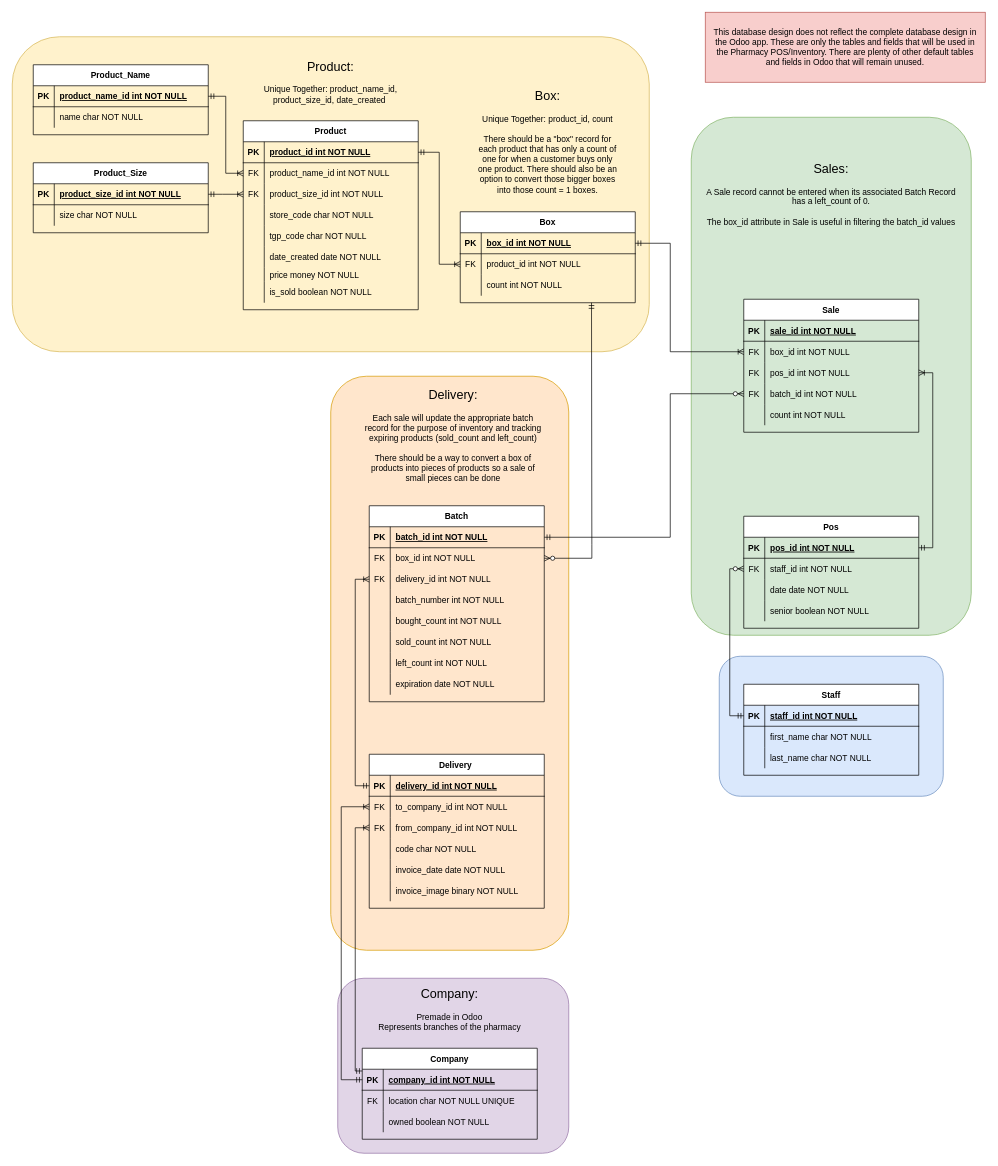
thisLexic/pharma-pos keeps this draw.io diagram as db-design.drawio. Above is the earlier version. Source tidied: cells renumbered, new cells numbered last; positions are measured from the earlier drawing's top-left corner, leaving out a move shared by most shapes. Both pictures are drawn from the tidied source at 70%, with x=0, y=0 at pixel (12, 12).
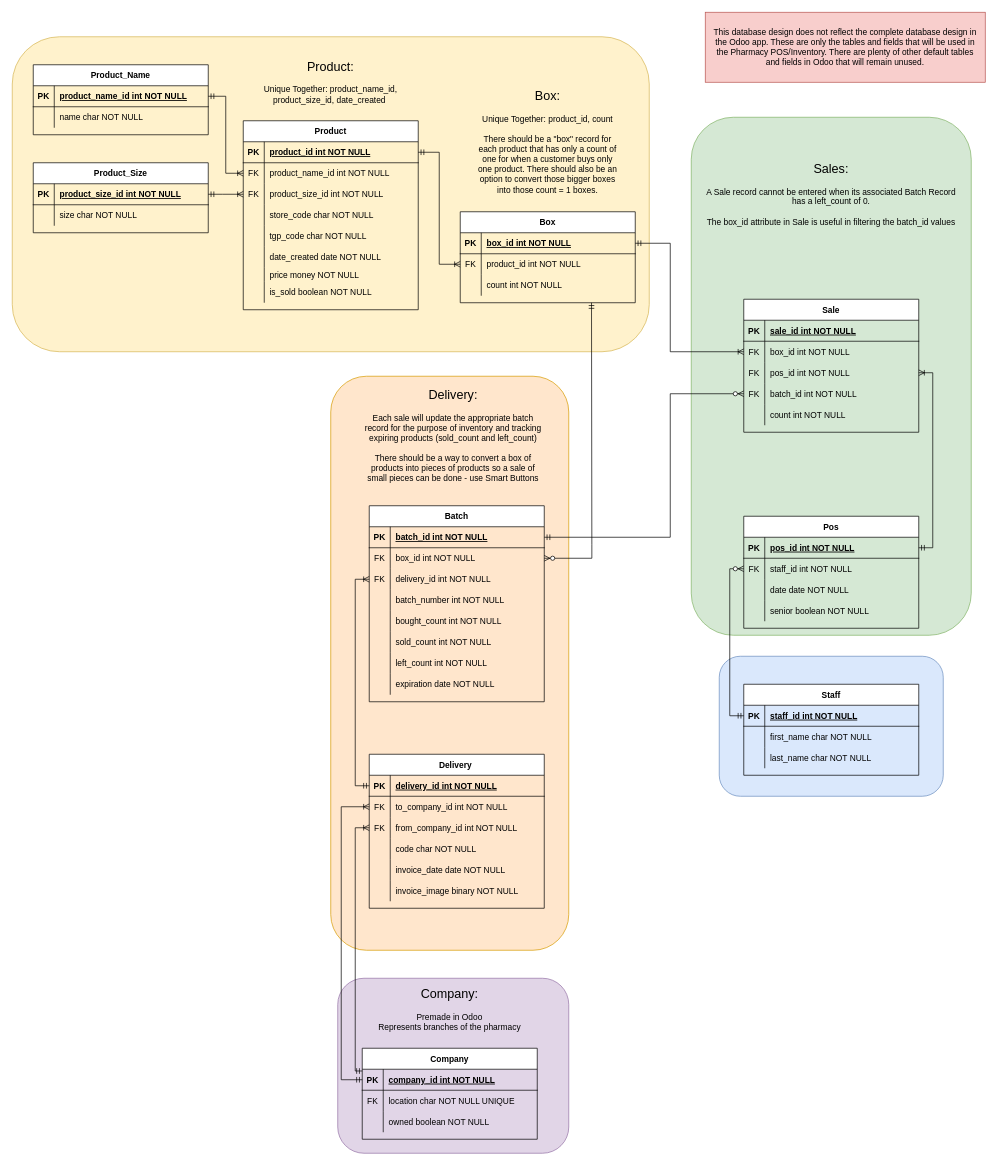
Above is the later version.

What changed in the source:
```diff
@@
-    <mxCell id="142" value="&lt;font style=&quot;font-size: 18px&quot;&gt;Delivery:&lt;/font&gt;&lt;br&gt;&lt;br&gt;Each sale will update the appropriate batch record for the purpose of inventory and tracking expiring products (sold_count and left_count)&lt;br&gt;&lt;br&gt;There should be a way to convert a box of products into pieces of products so a sale of small pieces can be done" style="text;html=1;strokeColor=none;fillColor=none;align=center;verticalAlign=middle;whiteSpace=wrap;rounded=0;" parent="1" vertex="1">
+    <mxCell id="142" value="&lt;font style=&quot;font-size: 18px&quot;&gt;Delivery:&lt;/font&gt;&lt;br&gt;&lt;br&gt;Each sale will update the appropriate batch record for the purpose of inventory and tracking expiring products (sold_count and left_count)&lt;br&gt;&lt;br&gt;There should be a way to convert a box of products into pieces of products so a sale of small pieces can be done - use Smart Buttons" style="text;html=1;strokeColor=none;fillColor=none;align=center;verticalAlign=middle;whiteSpace=wrap;rounded=0;" parent="1" vertex="1">
       <mxGeometry x="500" y="530" width="260" height="150" as="geometry" />
     </mxCell>
```
